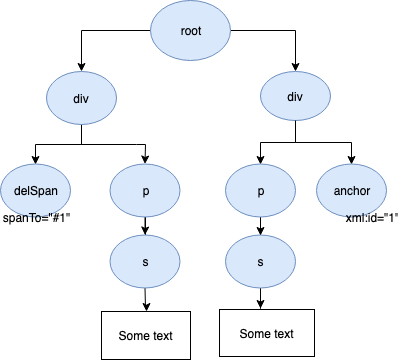
The draw.io diagram img/discont2-xml.png in bleekere/jTEI2020, before a commit. Source tidied: cells renumbered, new cells last; positions are measured from the earlier drawing's top-left corner, leaving out a move shared by most shapes.
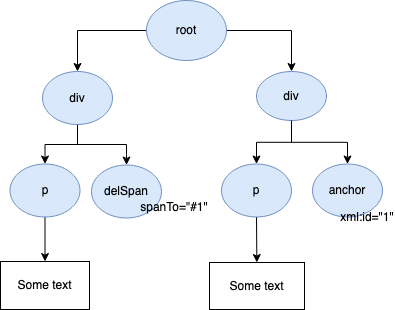
After the change.

What changed in the source:
```diff
@@ -17,12 +17,12 @@
     <mxCell id="6" value="div" style="ellipse;whiteSpace=wrap;html=1;fillColor=#dae8fc;strokeColor=#6c8ebf;" parent="1" vertex="1">
       <mxGeometry x="260" y="71" width="70" height="49" as="geometry" />
     </mxCell>
-    <mxCell id="7" style="edgeStyle=orthogonalEdgeStyle;rounded=0;jettySize=auto;html=1;" parent="1" edge="1" source="9">
+    <mxCell id="7" style="edgeStyle=orthogonalEdgeStyle;rounded=0;jettySize=auto;html=1;entryX=0.5;entryY=0;entryDx=0;entryDy=0;" parent="1" edge="1" source="9" target="14">
       <mxGeometry relative="1" as="geometry">
-        <mxPoint x="35" y="163.5" as="targetPoint" />
         <Array as="points">
           <mxPoint x="81" y="144" />
-          <mxPoint x="35" y="144" />
+          <mxPoint x="130" y="144" />
+          <mxPoint x="130" y="154" />
         </Array>
       </mxGeometry>
     </mxCell>
@@ -32,47 +32,33 @@
     <mxCell id="9" value="div" style="ellipse;whiteSpace=wrap;html=1;fillColor=#dae8fc;strokeColor=#6c8ebf;" parent="1" vertex="1">
       <mxGeometry x="46" y="71" width="70" height="53" as="geometry" />
     </mxCell>
-    <mxCell id="10" style="edgeStyle=orthogonalEdgeStyle;rounded=0;jettySize=auto;html=1;" parent="1" edge="1" source="11" target="13">
-      <mxGeometry relative="1" as="geometry" />
-    </mxCell>
+    <mxCell id="25" style="edgeStyle=none;rounded=0;jettySize=auto;html=1;" parent="1" edge="1" source="11" target="15">
+      <mxGeometry relative="1" as="geometry" />
+    </mxCell>
     <mxCell id="11" value="p" style="ellipse;whiteSpace=wrap;html=1;fillColor=#dae8fc;strokeColor=#6c8ebf;" parent="1" vertex="1">
-      <mxGeometry x="109.5" y="163.5" width="70" height="53" as="geometry" />
+      <mxGeometry x="13.5" y="163.5" width="70" height="53" as="geometry" />
     </mxCell>
-    <mxCell id="12" style="edgeStyle=orthogonalEdgeStyle;rounded=0;jettySize=auto;html=1;" parent="1" edge="1" source="13" target="15">
-      <mxGeometry relative="1" as="geometry" />
-    </mxCell>
-    <mxCell id="13" value="s" style="ellipse;whiteSpace=wrap;html=1;fillColor=#dae8fc;strokeColor=#6c8ebf;" parent="1" vertex="1">
-      <mxGeometry x="109.5" y="234.5" width="70" height="53" as="geometry" />
-    </mxCell>
     <mxCell id="14" value="delSpan" style="ellipse;whiteSpace=wrap;html=1;fillColor=#dae8fc;strokeColor=#6c8ebf;" parent="1" vertex="1">
-      <mxGeometry y="163.5" width="70" height="53" as="geometry" />
+      <mxGeometry x="95" y="164.5" width="70" height="53" as="geometry" />
     </mxCell>
     <mxCell id="15" value="Some text" style="rounded=0;whiteSpace=wrap;html=1;" parent="1" vertex="1">
-      <mxGeometry x="101" y="311" width="89" height="48" as="geometry" />
+      <mxGeometry x="4" y="261" width="89" height="48" as="geometry" />
     </mxCell>
     <mxCell id="16" value="Some text" style="rounded=0;whiteSpace=wrap;html=1;" parent="1" vertex="1">
-      <mxGeometry x="219" y="309" width="95" height="47" as="geometry" />
+      <mxGeometry x="213" y="262" width="95" height="47" as="geometry" />
     </mxCell>
     <mxCell id="17" value="spanTo=&quot;#1&quot;" style="text;html=1;strokeColor=none;fillColor=none;align=center;verticalAlign=middle;whiteSpace=wrap;rounded=0;" parent="1" vertex="1">
-      <mxGeometry x="15" y="206.5" width="40" height="20" as="geometry" />
+      <mxGeometry x="158" y="196.5" width="40" height="20" as="geometry" />
     </mxCell>
     <mxCell id="18" style="edgeStyle=orthogonalEdgeStyle;rounded=0;jettySize=auto;html=1;exitX=0.5;exitY=1;exitDx=0;exitDy=0;entryX=0.5;entryY=0;entryDx=0;entryDy=0;" parent="1" edge="1" source="6" target="23">
       <mxGeometry relative="1" as="geometry" />
     </mxCell>
-    <mxCell id="19" style="edgeStyle=orthogonalEdgeStyle;rounded=0;jettySize=auto;html=1;entryX=0.5;entryY=0;entryDx=0;entryDy=0;" parent="1" edge="1" source="20" target="22">
+    <mxCell id="19" style="rounded=0;jettySize=auto;html=1;" parent="1" edge="1" source="20" target="16">
       <mxGeometry relative="1" as="geometry" />
     </mxCell>
     <mxCell id="20" value="p" style="ellipse;whiteSpace=wrap;html=1;fillColor=#dae8fc;strokeColor=#6c8ebf;" parent="1" vertex="1">
       <mxGeometry x="225" y="163.5" width="70" height="53" as="geometry" />
     </mxCell>
-    <mxCell id="21" style="edgeStyle=orthogonalEdgeStyle;rounded=0;jettySize=auto;html=1;" parent="1" edge="1" source="22">
-      <mxGeometry relative="1" as="geometry">
-        <mxPoint x="260" y="308" as="targetPoint" />
-      </mxGeometry>
-    </mxCell>
-    <mxCell id="22" value="s" style="ellipse;whiteSpace=wrap;html=1;fillColor=#dae8fc;strokeColor=#6c8ebf;" parent="1" vertex="1">
-      <mxGeometry x="225" y="234.5" width="70" height="53" as="geometry" />
-    </mxCell>
     <mxCell id="23" value="anchor" style="ellipse;whiteSpace=wrap;html=1;fillColor=#dae8fc;strokeColor=#6c8ebf;" parent="1" vertex="1">
       <mxGeometry x="316" y="163.5" width="70" height="53" as="geometry" />
     </mxCell>
```
